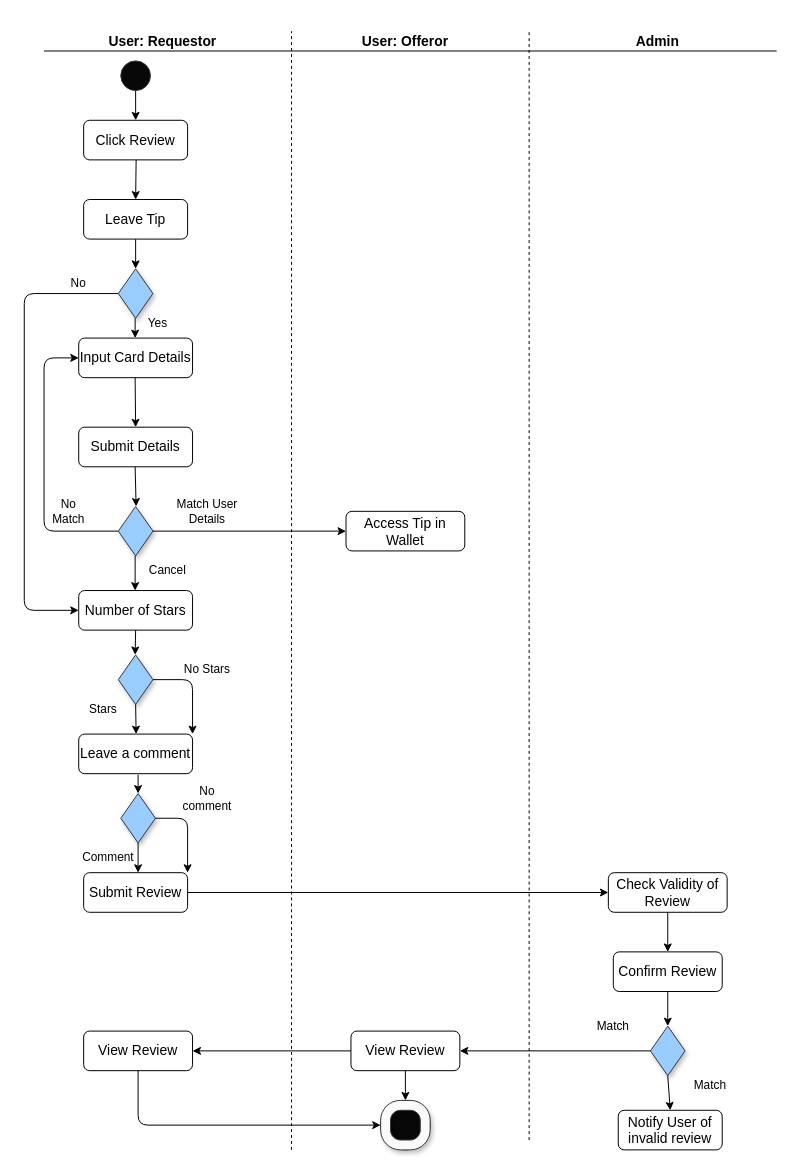
This is NewSwimLane.drawio from willdonlan8/hello-world, a draw.io file, before an edit. Source tidied: cells renumbered, new cells numbered last; positions are measured from the earlier drawing's top-left corner, leaving out a move shared by most shapes. Both pictures are drawn from the tidied source at 99%, with x=0, y=0 at pixel (24, 21).
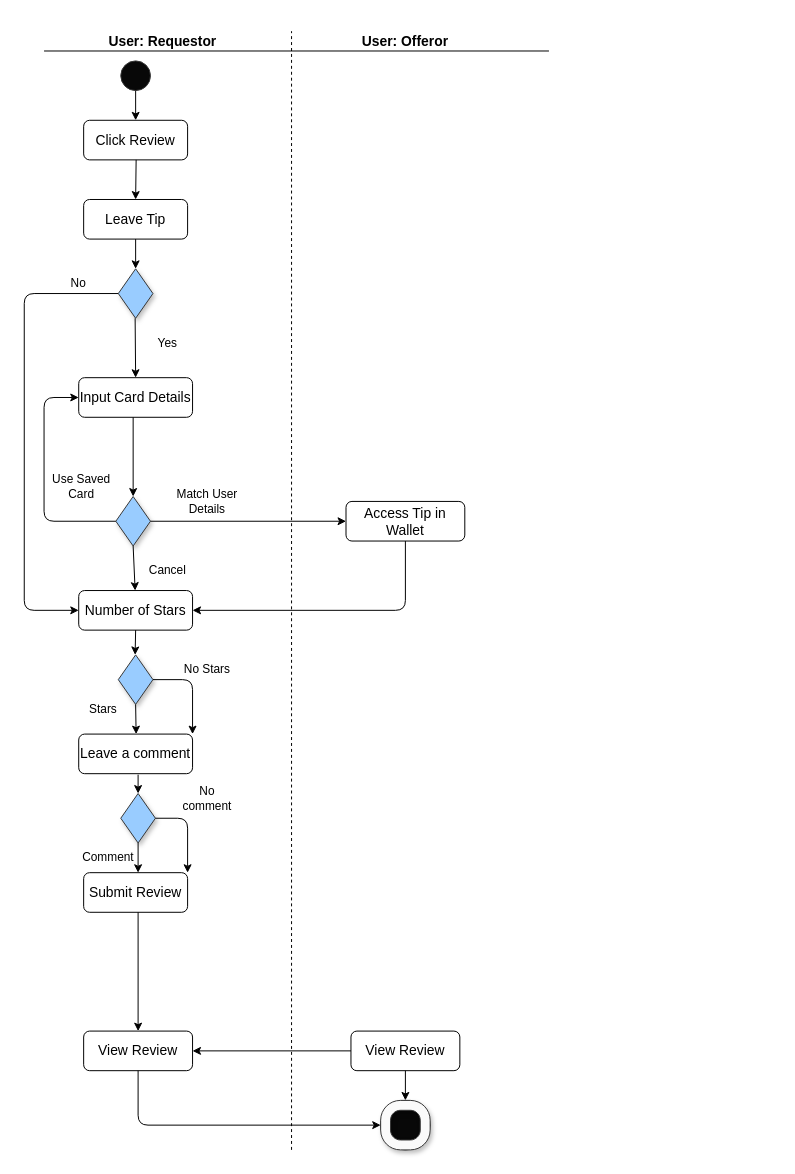
The same diagram, later.

Unchanged cells that the change refers to:
```xml
<mxCell id="5" value="&lt;font style=&quot;font-size: 14px&quot;&gt;Number of Stars&lt;/font&gt;" style="rounded=1;whiteSpace=wrap;html=1;" parent="1" vertex="1">
  <mxGeometry x="55" y="575" width="115" height="40" as="geometry" />
</mxCell>
<mxCell id="7" value="&lt;font style=&quot;font-size: 14px&quot;&gt;View Review&lt;/font&gt;" style="rounded=1;whiteSpace=wrap;html=1;" parent="1" vertex="1">
  <mxGeometry x="330" y="1020" width="110" height="40" as="geometry" />
</mxCell>
<mxCell id="8" value="&lt;font style=&quot;font-size: 14px&quot;&gt;View Review&lt;/font&gt;" style="rounded=1;whiteSpace=wrap;html=1;" parent="1" vertex="1">
  <mxGeometry x="60" y="1020" width="110" height="40" as="geometry" />
</mxCell>
<mxCell id="14" value="&lt;font style=&quot;font-size: 14px&quot;&gt;Submit Review&lt;/font&gt;" style="rounded=1;whiteSpace=wrap;html=1;" parent="1" vertex="1">
  <mxGeometry x="60" y="860" width="105" height="40" as="geometry" />
</mxCell>
```

What changed in the source:
```diff
@@
-    <mxCell id="3" value="&lt;font style=&quot;font-size: 14px&quot;&gt;Check Validity of Review&lt;/font&gt;" style="rounded=1;whiteSpace=wrap;html=1;" parent="1" vertex="1">
-      <mxGeometry x="590" y="860" width="120" height="40" as="geometry" />
-    </mxCell>
@@
     <mxCell id="9" value="&lt;font style=&quot;font-size: 14px&quot;&gt;Access Tip in Wallet&lt;/font&gt;" style="rounded=1;whiteSpace=wrap;html=1;" parent="1" vertex="1">
-      <mxGeometry x="325" y="495" width="120" height="40" as="geometry" />
+      <mxGeometry x="325" y="485" width="120" height="40" as="geometry" />
     </mxCell>
@@
     <mxCell id="11" value="&lt;font style=&quot;font-size: 14px&quot;&gt;Input Card Details&lt;/font&gt;" style="rounded=1;whiteSpace=wrap;html=1;" parent="1" vertex="1">
-      <mxGeometry x="55" y="320" width="115" height="40" as="geometry" />
+      <mxGeometry x="55" y="360" width="115" height="40" as="geometry" />
     </mxCell>
@@
-    <mxCell id="13" value="&lt;font style=&quot;font-size: 14px&quot;&gt;Submit Details&lt;/font&gt;" style="rounded=1;whiteSpace=wrap;html=1;" parent="1" vertex="1">
-      <mxGeometry x="55" y="410" width="115" height="40" as="geometry" />
-    </mxCell>
@@
-    <mxCell id="15" value="&lt;font style=&quot;font-size: 14px&quot;&gt;Notify User of invalid review&lt;/font&gt;" style="rounded=1;whiteSpace=wrap;html=1;" parent="1" vertex="1">
-      <mxGeometry x="600" y="1100" width="105" height="40" as="geometry" />
-    </mxCell>
@@
     <mxCell id="18" style="rhombus;whiteSpace=wrap;html=1;shadow=1;strokeColor=#363636;fillColor=#99CCFF;" parent="1" vertex="1">
-      <mxGeometry x="95" y="490" width="35" height="50" as="geometry" />
+      <mxGeometry x="92.5" y="480" width="35" height="50" as="geometry" />
     </mxCell>
@@
-    <mxCell id="22" style="endArrow=classic;html=1;entryX=0.5;entryY=0;entryDx=0;entryDy=0;" parent="1" edge="1">
+    <mxCell id="22" style="endArrow=classic;html=1;entryX=0.5;entryY=0;entryDx=0;entryDy=0;" parent="1" edge="1" target="11">
       <mxGeometry relative="1" as="geometry">
         <mxPoint x="112" y="300" as="sourcePoint" />
-        <mxPoint x="112" y="320" as="targetPoint" />
       </mxGeometry>
     </mxCell>
-    <mxCell id="23" style="endArrow=classic;html=1;exitX=0.5;exitY=1;exitDx=0;exitDy=0;entryX=0.5;entryY=0;entryDx=0;entryDy=0;" parent="1" edge="1" target="13">
-      <mxGeometry relative="1" as="geometry">
-        <mxPoint x="112" y="360" as="sourcePoint" />
-      </mxGeometry>
-    </mxCell>
-    <mxCell id="24" value="&lt;font style=&quot;font-size: 14px&quot;&gt;Confirm Review&lt;/font&gt;" style="rounded=1;whiteSpace=wrap;html=1;" parent="1" vertex="1">
-      <mxGeometry x="595" y="940" width="110" height="40" as="geometry" />
-    </mxCell>
-    <mxCell id="25" style="endArrow=classic;html=1;exitX=0.5;exitY=1;exitDx=0;exitDy=0;" parent="1" edge="1">
+    <mxCell id="25" style="endArrow=classic;html=1;" parent="1" edge="1" target="18">
       <mxGeometry relative="1" as="geometry">
-        <mxPoint x="112" y="450" as="sourcePoint" />
-        <mxPoint x="113" y="490" as="targetPoint" />
+        <mxPoint x="110" y="400" as="sourcePoint" />
       </mxGeometry>
     </mxCell>
-    <mxCell id="26" style="endArrow=classic;html=1;entryX=0.5;entryY=0;entryDx=0;entryDy=0;" parent="1" edge="1">
+    <mxCell id="26" style="endArrow=classic;html=1;entryX=0.5;entryY=0;entryDx=0;entryDy=0;exitX=0.5;exitY=1;exitDx=0;exitDy=0;" parent="1" edge="1" source="18">
       <mxGeometry relative="1" as="geometry">
-        <mxPoint x="112" y="540" as="sourcePoint" />
         <mxPoint x="112" y="575" as="targetPoint" />
       </mxGeometry>
     </mxCell>
@@
     <mxCell id="32" style="endArrow=classic;html=1;exitX=0;exitY=0.5;exitDx=0;exitDy=0;entryX=0;entryY=0.5;entryDx=0;entryDy=0;" parent="1" edge="1" source="18" target="11">
       <mxGeometry relative="1" as="geometry">
         <Array as="points">
-          <mxPoint x="20" y="515" />
-          <mxPoint x="20" y="340" />
+          <mxPoint x="20" y="505" />
+          <mxPoint x="20" y="380" />
         </Array>
       </mxGeometry>
     </mxCell>
-    <mxCell id="33" style="rhombus;whiteSpace=wrap;html=1;shadow=1;strokeColor=#363636;fillColor=#99CCFF;" parent="1" vertex="1">
-      <mxGeometry x="632.5" y="1015" width="35" height="50" as="geometry" />
-    </mxCell>
-    <mxCell id="34" style="endArrow=classic;html=1;exitX=1;exitY=0.5;exitDx=0;exitDy=0;entryX=0;entryY=0.5;entryDx=0;entryDy=0;" parent="1" edge="1" source="14" target="3">
-      <mxGeometry relative="1" as="geometry" />
-    </mxCell>
-    <mxCell id="35" style="endArrow=classic;html=1;exitX=0.5;exitY=1;exitDx=0;exitDy=0;entryX=0.5;entryY=0;entryDx=0;entryDy=0;" parent="1" edge="1" source="3" target="24">
-      <mxGeometry relative="1" as="geometry" />
-    </mxCell>
-    <mxCell id="36" style="endArrow=classic;html=1;exitX=0.5;exitY=1;exitDx=0;exitDy=0;entryX=0.5;entryY=0;entryDx=0;entryDy=0;" parent="1" edge="1" source="24" target="33">
-      <mxGeometry relative="1" as="geometry" />
-    </mxCell>
-    <mxCell id="37" style="endArrow=classic;html=1;exitX=0.5;exitY=1;exitDx=0;exitDy=0;entryX=0.5;entryY=0;entryDx=0;entryDy=0;" parent="1" edge="1" source="33" target="15">
-      <mxGeometry relative="1" as="geometry" />
-    </mxCell>
-    <mxCell id="38" style="endArrow=classic;html=1;exitX=0;exitY=0.5;exitDx=0;exitDy=0;" parent="1" edge="1" source="33" target="7">
-      <mxGeometry relative="1" as="geometry" />
-    </mxCell>
@@
     <mxCell id="46" value="Yes" style="text;html=1;strokeColor=none;fillColor=none;align=center;verticalAlign=middle;whiteSpace=wrap;rounded=0;" parent="1" vertex="1">
-      <mxGeometry x="110" y="290" width="50" height="30" as="geometry" />
+      <mxGeometry x="120" y="310" width="50" height="30" as="geometry" />
     </mxCell>
     <mxCell id="47" value="Match User Details" style="text;html=1;strokeColor=none;fillColor=none;align=center;verticalAlign=middle;whiteSpace=wrap;rounded=0;" parent="1" vertex="1">
-      <mxGeometry x="140" y="480" width="90" height="30" as="geometry" />
+      <mxGeometry x="140" y="470" width="90" height="30" as="geometry" />
     </mxCell>
@@
-    <mxCell id="49" value="No Match" style="text;html=1;strokeColor=none;fillColor=none;align=center;verticalAlign=middle;whiteSpace=wrap;rounded=0;" parent="1" vertex="1">
-      <mxGeometry x="20" y="480" width="50" height="30" as="geometry" />
+    <mxCell id="49" value="Use Saved Card" style="text;html=1;strokeColor=none;fillColor=none;align=center;verticalAlign=middle;whiteSpace=wrap;rounded=0;" parent="1" vertex="1">
+      <mxGeometry x="17.5" y="455" width="80" height="30" as="geometry" />
     </mxCell>
@@
-    <mxCell id="56" value="Match" style="text;html=1;strokeColor=none;fillColor=none;align=center;verticalAlign=middle;whiteSpace=wrap;rounded=0;" parent="1" vertex="1">
-      <mxGeometry x="667.5" y="1060" width="50" height="30" as="geometry" />
-    </mxCell>
-    <mxCell id="57" value="Match" style="text;html=1;strokeColor=none;fillColor=none;align=center;verticalAlign=middle;whiteSpace=wrap;rounded=0;" parent="1" vertex="1">
-      <mxGeometry x="570" y="1000" width="50" height="30" as="geometry" />
-    </mxCell>
@@
-    <mxCell id="59" style="endArrow=none;dashed=1;html=1;" parent="1" edge="1">
-      <mxGeometry relative="1" as="geometry">
-        <mxPoint x="510" y="1130" as="sourcePoint" />
-        <mxPoint x="510" y="10" as="targetPoint" />
-      </mxGeometry>
-    </mxCell>
@@
-    <mxCell id="62" value="&lt;font style=&quot;font-size: 14px&quot;&gt;&lt;b&gt;Admin&lt;/b&gt;&lt;/font&gt;" style="text;html=1;strokeColor=none;fillColor=none;align=center;verticalAlign=middle;whiteSpace=wrap;rounded=0;shadow=1;" parent="1" vertex="1">
-      <mxGeometry x="550" width="180" height="40" as="geometry" />
-    </mxCell>
     <mxCell id="63" style="endArrow=none;html=1;exitX=0;exitY=0.75;exitDx=0;exitDy=0;" parent="1" edge="1">
       <mxGeometry relative="1" as="geometry">
         <mxPoint x="20" y="30" as="sourcePoint" />
-        <mxPoint x="760" y="30" as="targetPoint" />
+        <mxPoint x="530" y="30" as="targetPoint" />
       </mxGeometry>
     </mxCell>
+    <mxCell id="64" style="endArrow=classic;html=1;entryX=0.5;entryY=0;entryDx=0;entryDy=0;" parent="1" edge="1" target="8">
+      <mxGeometry relative="1" as="geometry">
+        <mxPoint x="115" y="900" as="sourcePoint" />
+      </mxGeometry>
+    </mxCell>
+    <mxCell id="65" style="endArrow=classic;html=1;exitX=0.5;exitY=1;exitDx=0;exitDy=0;entryX=1;entryY=0.5;entryDx=0;entryDy=0;" parent="1" edge="1" source="9" target="5">
+      <mxGeometry relative="1" as="geometry">
+        <Array as="points">
+          <mxPoint x="385" y="595" />
+        </Array>
+      </mxGeometry>
+    </mxCell>
```
